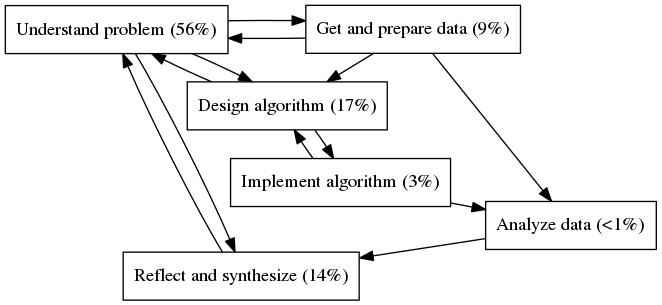
This is work_process.png from jarrodmillman/irr-case-study, a Graphviz export, as it was before one commit. Its source is kept beside it as work_process.dot. Its diagram source:
```dot
digraph {
	graph [bb="-106.36,-106.83,91.579,114.28"];
	node [label="\N",
		shape=box
	];
	1	 [height=0.5,
		label="Understand problem (56%)",
		pos="-92.363,96.096",
		width=1.7778];
	2	 [height=0.5,
		label="Get and prepare data (9%)",
		pos="130,96.284",
		width=1.1944];
	1 -> 2;
	3	 [height=0.5,
		label="Design algorithm (17%)",
		pos="35.579,38.87",
		width=1.5556];
	1 -> 3;
	6	 [height=0.5,
		label="Reflect and synthesize (14%)",
		pos="1.005,-88.826",
		width=0.77778];
	1 -> 6;
	2 -> 1;
	2 -> 3;
	2 -> 5;
	3 -> 1;
	4	 [height=0.5,
		label="Implement algorithm (3%)",
		pos="75.559,-18.627",
		width=0.625];
	3 -> 4;
	6 -> 1;
	4 -> 3;
	5	 [height=0.5,
		label="Analyze data (<1%)",
		pos="248.362,-50.796",
		width=0.86111];
	4 -> 5;
	5 -> 6;
}
```
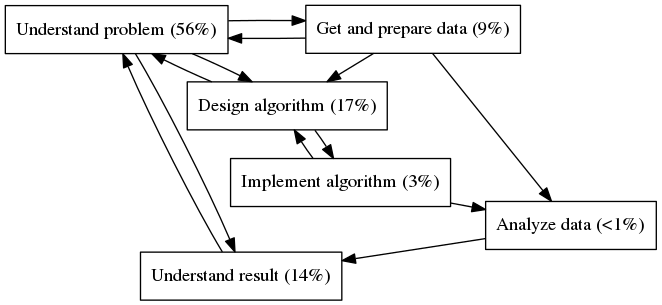
Later version of the same file.

Diff of the diagram source:
```diff
@@ -18,7 +18,7 @@
 		width=1.5556];
 	1 -> 3;
 	6	 [height=0.5,
-		label="Reflect and synthesize (14%)",
+		label="Understand result (14%)",
 		pos="1.005,-88.826",
 		width=0.77778];
 	1 -> 6;
```
